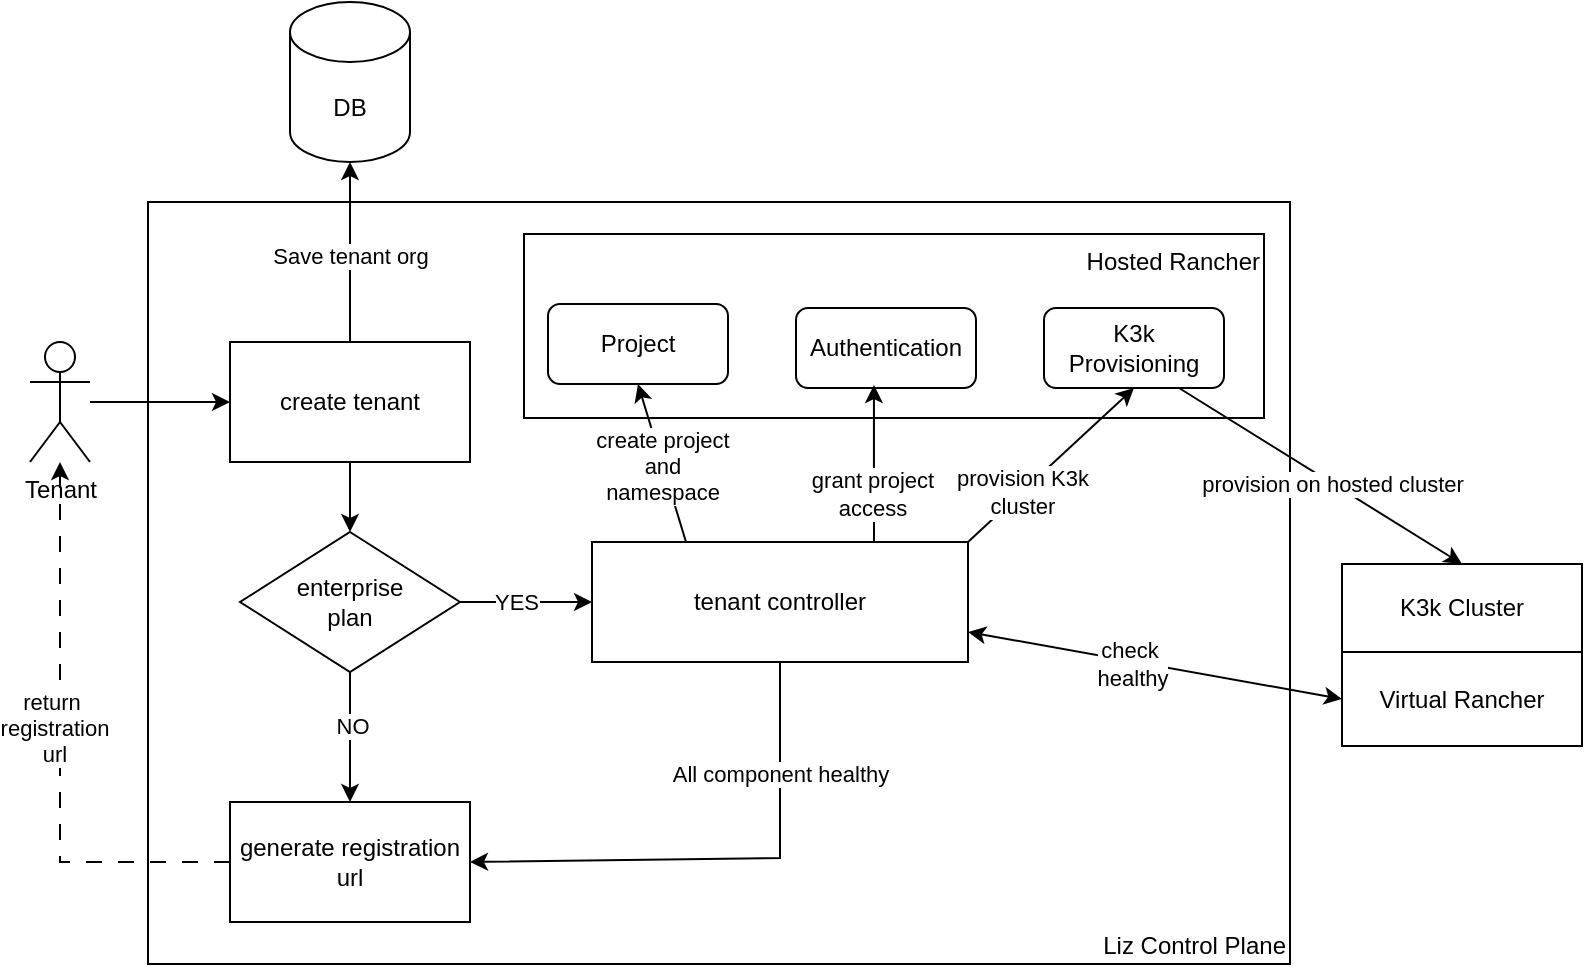
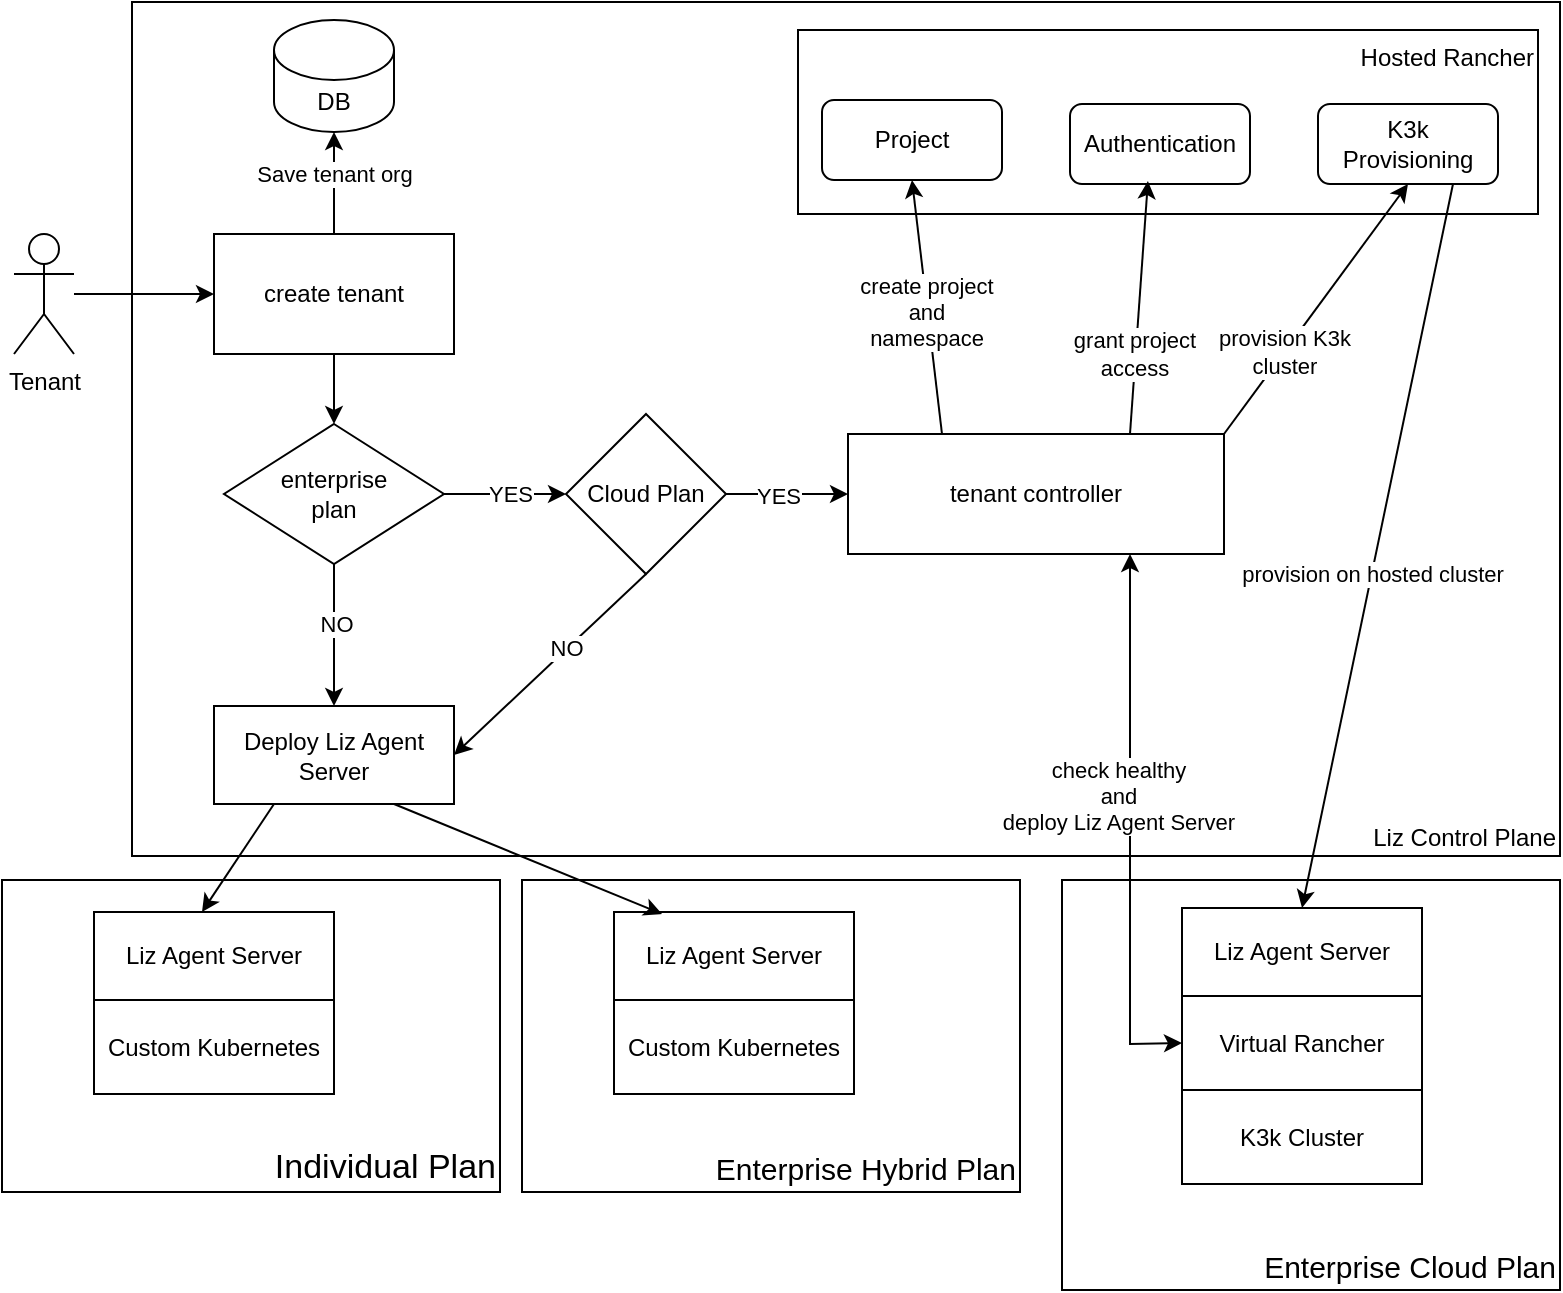
<mxfile host="app.diagrams.net">
  <diagram name="第 1 页" id="L-sD2WPmEqHrs-nHEADV">
    <mxGraphModel dx="1222" dy="745" grid="0" gridSize="10" guides="1" tooltips="1" connect="1" arrows="1" fold="1" page="1" pageScale="1" pageWidth="827" pageHeight="1169" math="0" shadow="0">
      <root>
        <mxCell id="0" />
        <mxCell id="1" parent="0" />
+         <mxCell id="s9PzU-UQ4cBH2LS_8AfC-22" parent="1" style="rounded=0;whiteSpace=wrap;html=1;verticalAlign=bottom;align=right;fontSize=17;" value="Individual Plan" vertex="1">
+           <mxGeometry height="156" width="249" x="23" y="573" as="geometry" />
+         </mxCell>
+         <mxCell id="s9PzU-UQ4cBH2LS_8AfC-20" parent="1" style="rounded=0;whiteSpace=wrap;html=1;verticalAlign=bottom;align=right;fontSize=15;" value="Enterprise Cloud Plan" vertex="1">
+           <mxGeometry height="205" width="249" x="553" y="573" as="geometry" />
+         </mxCell>
        <mxCell id="s9PzU-UQ4cBH2LS_8AfC-17" parent="1" style="rounded=0;whiteSpace=wrap;html=1;verticalAlign=bottom;align=right;" value="Liz Control Plane" vertex="1">
-           <mxGeometry height="381" width="571" x="88" y="180" as="geometry" />
+           <mxGeometry height="427" width="714" x="88" y="134" as="geometry" />
        </mxCell>
        <mxCell id="RmhtLynf-h64byK3Bh4Q-11" edge="1" parent="1" source="RmhtLynf-h64byK3Bh4Q-1" style="edgeStyle=orthogonalEdgeStyle;rounded=0;orthogonalLoop=1;jettySize=auto;html=1;" target="RmhtLynf-h64byK3Bh4Q-5" value="">
          <mxGeometry relative="1" as="geometry" />
        </mxCell>
        <mxCell id="RmhtLynf-h64byK3Bh4Q-1" parent="1" style="shape=umlActor;verticalLabelPosition=bottom;verticalAlign=top;html=1;outlineConnect=0;" value="Tenant" vertex="1">
          <mxGeometry height="60" width="30" x="29" y="250" as="geometry" />
        </mxCell>
        <mxCell id="RmhtLynf-h64byK3Bh4Q-21" edge="1" parent="1" source="RmhtLynf-h64byK3Bh4Q-5" style="edgeStyle=orthogonalEdgeStyle;rounded=0;orthogonalLoop=1;jettySize=auto;html=1;" target="RmhtLynf-h64byK3Bh4Q-20" value="">
          <mxGeometry relative="1" as="geometry" />
        </mxCell>
        <mxCell id="RmhtLynf-h64byK3Bh4Q-5" parent="1" style="rounded=0;whiteSpace=wrap;html=1;" value="create tenant" vertex="1">
          <mxGeometry height="60" width="120" x="129" y="250" as="geometry" />
        </mxCell>
        <mxCell id="RmhtLynf-h64byK3Bh4Q-6" parent="1" style="shape=cylinder3;whiteSpace=wrap;html=1;boundedLbl=1;backgroundOutline=1;size=15;" value="DB" vertex="1">
-           <mxGeometry height="80" width="60" x="159" y="80" as="geometry" />
+           <mxGeometry height="56" width="60" x="159" y="143" as="geometry" />
        </mxCell>
        <mxCell id="RmhtLynf-h64byK3Bh4Q-7" parent="1" style="rounded=0;whiteSpace=wrap;html=1;verticalAlign=top;align=right;" value="Hosted Rancher" vertex="1">
-           <mxGeometry height="92" width="370" x="276" y="196" as="geometry" />
+           <mxGeometry height="92" width="370" x="421" y="148" as="geometry" />
        </mxCell>
        <mxCell id="RmhtLynf-h64byK3Bh4Q-8" parent="1" style="rounded=1;whiteSpace=wrap;html=1;" value="Project" vertex="1">
-           <mxGeometry height="40" width="90" x="288" y="231" as="geometry" />
+           <mxGeometry height="40" width="90" x="433" y="183" as="geometry" />
        </mxCell>
        <mxCell id="RmhtLynf-h64byK3Bh4Q-9" parent="1" style="rounded=1;whiteSpace=wrap;html=1;" value="Authentication" vertex="1">
-           <mxGeometry height="40" width="90" x="412" y="233" as="geometry" />
+           <mxGeometry height="40" width="90" x="557" y="185" as="geometry" />
        </mxCell>
        <mxCell id="RmhtLynf-h64byK3Bh4Q-10" parent="1" style="rounded=1;whiteSpace=wrap;html=1;" value="K3k Provisioning" vertex="1">
-           <mxGeometry height="40" width="90" x="536" y="233" as="geometry" />
+           <mxGeometry height="40" width="90" x="681" y="185" as="geometry" />
        </mxCell>
-         <mxCell id="RmhtLynf-h64byK3Bh4Q-12" edge="1" parent="1" source="RmhtLynf-h64byK3Bh4Q-5" style="endArrow=classic;html=1;rounded=0;exitX=0.5;exitY=0;exitDx=0;exitDy=0;entryX=0.5;entryY=1;entryDx=0;entryDy=0;entryPerimeter=0;" value="">
+         <mxCell id="RmhtLynf-h64byK3Bh4Q-12" edge="1" parent="1" source="RmhtLynf-h64byK3Bh4Q-5" style="endArrow=classic;html=1;rounded=0;exitX=0.5;exitY=0;exitDx=0;exitDy=0;entryX=0.5;entryY=1;entryDx=0;entryDy=0;entryPerimeter=0;" target="RmhtLynf-h64byK3Bh4Q-6" value="">
          <mxGeometry height="50" relative="1" width="50" as="geometry">
            <mxPoint x="229" y="230" as="sourcePoint" />
            <mxPoint x="189" y="160" as="targetPoint" />
          </mxGeometry>
        </mxCell>
        <mxCell id="RmhtLynf-h64byK3Bh4Q-13" connectable="0" parent="RmhtLynf-h64byK3Bh4Q-12" style="edgeLabel;html=1;align=center;verticalAlign=middle;resizable=0;points=[];" value="Save tenant org" vertex="1">
          <mxGeometry relative="1" x="-0.3448" as="geometry">
            <mxPoint y="-14" as="offset" />
          </mxGeometry>
        </mxCell>
        <mxCell id="RmhtLynf-h64byK3Bh4Q-28" edge="1" parent="1" source="RmhtLynf-h64byK3Bh4Q-20" style="edgeStyle=orthogonalEdgeStyle;rounded=0;orthogonalLoop=1;jettySize=auto;html=1;" target="RmhtLynf-h64byK3Bh4Q-27" value="">
          <mxGeometry relative="1" as="geometry" />
        </mxCell>
        <mxCell id="RmhtLynf-h64byK3Bh4Q-29" connectable="0" parent="RmhtLynf-h64byK3Bh4Q-28" style="edgeLabel;html=1;align=center;verticalAlign=middle;resizable=0;points=[];" value="NO" vertex="1">
          <mxGeometry relative="1" x="-0.1692" y="1" as="geometry">
            <mxPoint as="offset" />
          </mxGeometry>
        </mxCell>
-         <mxCell id="s9PzU-UQ4cBH2LS_8AfC-2" edge="1" parent="1" source="RmhtLynf-h64byK3Bh4Q-20" style="edgeStyle=orthogonalEdgeStyle;rounded=0;orthogonalLoop=1;jettySize=auto;html=1;" target="s9PzU-UQ4cBH2LS_8AfC-1" value="">
+         <mxCell id="s9PzU-UQ4cBH2LS_8AfC-27" edge="1" parent="1" source="RmhtLynf-h64byK3Bh4Q-20" style="edgeStyle=orthogonalEdgeStyle;rounded=0;orthogonalLoop=1;jettySize=auto;html=1;" target="s9PzU-UQ4cBH2LS_8AfC-26" value="">
          <mxGeometry relative="1" as="geometry" />
        </mxCell>
-         <mxCell id="s9PzU-UQ4cBH2LS_8AfC-3" connectable="0" parent="s9PzU-UQ4cBH2LS_8AfC-2" style="edgeLabel;html=1;align=center;verticalAlign=middle;resizable=0;points=[];" value="YES" vertex="1">
-           <mxGeometry relative="1" x="-0.2632" as="geometry">
-             <mxPoint x="3" as="offset" />
+         <mxCell id="s9PzU-UQ4cBH2LS_8AfC-28" connectable="0" parent="s9PzU-UQ4cBH2LS_8AfC-27" style="edgeLabel;html=1;align=center;verticalAlign=middle;resizable=0;points=[];" value="YES" vertex="1">
+           <mxGeometry relative="1" x="0.082" y="1" as="geometry">
+             <mxPoint y="1" as="offset" />
          </mxGeometry>
        </mxCell>
        <mxCell id="RmhtLynf-h64byK3Bh4Q-20" parent="1" style="rhombus;whiteSpace=wrap;html=1;" value="enterprise&lt;div&gt;plan&lt;/div&gt;" vertex="1">
          <mxGeometry height="70" width="110" x="134" y="345" as="geometry" />
        </mxCell>
        <mxCell id="RmhtLynf-h64byK3Bh4Q-24" parent="1" style="rounded=0;whiteSpace=wrap;html=1;verticalAlign=middle;align=center;" value="Virtual Rancher" vertex="1">
-           <mxGeometry height="47" width="120" x="685" y="405" as="geometry" />
+           <mxGeometry height="47" width="120" x="613" y="631" as="geometry" />
        </mxCell>
-         <mxCell id="RmhtLynf-h64byK3Bh4Q-27" parent="1" style="rounded=0;whiteSpace=wrap;html=1;" value="generate registration url" vertex="1">
-           <mxGeometry height="60" width="120" x="129" y="480" as="geometry" />
-         </mxCell>
-         <mxCell id="RmhtLynf-h64byK3Bh4Q-31" edge="1" parent="1" source="RmhtLynf-h64byK3Bh4Q-27" style="endArrow=classic;html=1;rounded=0;exitX=0;exitY=0.5;exitDx=0;exitDy=0;dashed=1;dashPattern=8 8;" target="RmhtLynf-h64byK3Bh4Q-1" value="">
-           <mxGeometry height="50" relative="1" width="50" as="geometry">
-             <Array as="points">
-               <mxPoint x="44" y="510" />
-             </Array>
-             <mxPoint x="9" y="530" as="sourcePoint" />
-             <mxPoint x="59" y="480" as="targetPoint" />
-           </mxGeometry>
-         </mxCell>
-         <mxCell id="RmhtLynf-h64byK3Bh4Q-32" connectable="0" parent="RmhtLynf-h64byK3Bh4Q-31" style="edgeLabel;html=1;align=center;verticalAlign=middle;resizable=0;points=[];" value="return&amp;nbsp;&lt;div&gt;registration&lt;/div&gt;&lt;div&gt;url&lt;/div&gt;" vertex="1">
-           <mxGeometry relative="1" x="0.0667" y="3" as="geometry">
-             <mxPoint as="offset" />
-           </mxGeometry>
+         <mxCell id="RmhtLynf-h64byK3Bh4Q-27" parent="1" style="rounded=0;whiteSpace=wrap;html=1;" value="Deploy Liz Agent Server" vertex="1">
+           <mxGeometry height="49" width="120" x="129" y="486" as="geometry" />
        </mxCell>
        <mxCell id="s9PzU-UQ4cBH2LS_8AfC-1" parent="1" style="rounded=0;whiteSpace=wrap;html=1;" value="tenant controller" vertex="1">
-           <mxGeometry height="60" width="188" x="310" y="350" as="geometry" />
+           <mxGeometry height="60" width="188" x="446" y="350" as="geometry" />
        </mxCell>
        <mxCell id="s9PzU-UQ4cBH2LS_8AfC-4" edge="1" parent="1" source="s9PzU-UQ4cBH2LS_8AfC-1" style="endArrow=classic;html=1;rounded=0;exitX=0.25;exitY=0;exitDx=0;exitDy=0;entryX=0.5;entryY=1;entryDx=0;entryDy=0;" target="RmhtLynf-h64byK3Bh4Q-8" value="">
          <mxGeometry height="50" relative="1" width="50" as="geometry">
            <mxPoint x="343" y="334" as="sourcePoint" />
            <mxPoint x="393" y="284" as="targetPoint" />
          </mxGeometry>
        </mxCell>
        <mxCell id="s9PzU-UQ4cBH2LS_8AfC-5" connectable="0" parent="s9PzU-UQ4cBH2LS_8AfC-4" style="edgeLabel;html=1;align=center;verticalAlign=middle;resizable=0;points=[];" value="create project&lt;div&gt;and&lt;/div&gt;&lt;div&gt;namespace&lt;/div&gt;" vertex="1">
          <mxGeometry relative="1" x="-0.0292" y="1" as="geometry">
            <mxPoint as="offset" />
          </mxGeometry>
        </mxCell>
        <mxCell id="s9PzU-UQ4cBH2LS_8AfC-6" edge="1" parent="1" source="s9PzU-UQ4cBH2LS_8AfC-1" style="endArrow=classic;html=1;rounded=0;exitX=0.75;exitY=0;exitDx=0;exitDy=0;entryX=0.433;entryY=0.963;entryDx=0;entryDy=0;entryPerimeter=0;" target="RmhtLynf-h64byK3Bh4Q-9" value="">
          <mxGeometry height="50" relative="1" width="50" as="geometry">
            <mxPoint x="444" y="339" as="sourcePoint" />
            <mxPoint x="494" y="289" as="targetPoint" />
          </mxGeometry>
        </mxCell>
        <mxCell id="s9PzU-UQ4cBH2LS_8AfC-7" connectable="0" parent="s9PzU-UQ4cBH2LS_8AfC-6" style="edgeLabel;html=1;align=center;verticalAlign=middle;resizable=0;points=[];" value="grant project&lt;div&gt;access&lt;/div&gt;" vertex="1">
          <mxGeometry relative="1" x="-0.3697" y="1" as="geometry">
            <mxPoint as="offset" />
          </mxGeometry>
        </mxCell>
        <mxCell id="s9PzU-UQ4cBH2LS_8AfC-8" edge="1" parent="1" source="s9PzU-UQ4cBH2LS_8AfC-1" style="endArrow=classic;html=1;rounded=0;exitX=1;exitY=0;exitDx=0;exitDy=0;entryX=0.5;entryY=1;entryDx=0;entryDy=0;" target="RmhtLynf-h64byK3Bh4Q-10" value="">
          <mxGeometry height="50" relative="1" width="50" as="geometry">
            <mxPoint x="524" y="364" as="sourcePoint" />
            <mxPoint x="574" y="314" as="targetPoint" />
          </mxGeometry>
        </mxCell>
        <mxCell id="s9PzU-UQ4cBH2LS_8AfC-9" connectable="0" parent="s9PzU-UQ4cBH2LS_8AfC-8" style="edgeLabel;html=1;align=center;verticalAlign=middle;resizable=0;points=[];" value="provision K3k&lt;div&gt;cluster&lt;/div&gt;" vertex="1">
          <mxGeometry relative="1" x="-0.3336" y="1" as="geometry">
            <mxPoint y="1" as="offset" />
          </mxGeometry>
        </mxCell>
-         <mxCell id="s9PzU-UQ4cBH2LS_8AfC-10" parent="1" style="rounded=0;whiteSpace=wrap;html=1;" value="K3k Cluster" vertex="1">
-           <mxGeometry height="44" width="120" x="685" y="361" as="geometry" />
+         <mxCell id="s9PzU-UQ4cBH2LS_8AfC-10" parent="1" style="rounded=0;whiteSpace=wrap;html=1;" value="Liz Agent Server" vertex="1">
+           <mxGeometry height="44" width="120" x="613" y="587" as="geometry" />
        </mxCell>
        <mxCell id="s9PzU-UQ4cBH2LS_8AfC-11" edge="1" parent="1" source="RmhtLynf-h64byK3Bh4Q-10" style="endArrow=classic;html=1;rounded=0;exitX=0.75;exitY=1;exitDx=0;exitDy=0;entryX=0.5;entryY=0;entryDx=0;entryDy=0;" target="s9PzU-UQ4cBH2LS_8AfC-10" value="">
          <mxGeometry height="50" relative="1" width="50" as="geometry">
            <mxPoint x="748" y="334" as="sourcePoint" />
            <mxPoint x="798" y="284" as="targetPoint" />
          </mxGeometry>
        </mxCell>
        <mxCell id="s9PzU-UQ4cBH2LS_8AfC-12" connectable="0" parent="s9PzU-UQ4cBH2LS_8AfC-11" style="edgeLabel;html=1;align=center;verticalAlign=middle;resizable=0;points=[];" value="provision on hosted cluster" vertex="1">
          <mxGeometry relative="1" x="0.0723" as="geometry">
            <mxPoint as="offset" />
          </mxGeometry>
        </mxCell>
-         <mxCell id="s9PzU-UQ4cBH2LS_8AfC-13" edge="1" parent="1" source="s9PzU-UQ4cBH2LS_8AfC-1" style="endArrow=classic;startArrow=classic;html=1;rounded=0;exitX=1;exitY=0.75;exitDx=0;exitDy=0;entryX=0;entryY=0.5;entryDx=0;entryDy=0;" target="RmhtLynf-h64byK3Bh4Q-24" value="">
+         <mxCell id="s9PzU-UQ4cBH2LS_8AfC-13" edge="1" parent="1" source="s9PzU-UQ4cBH2LS_8AfC-1" style="endArrow=classic;startArrow=classic;html=1;rounded=0;exitX=0.75;exitY=1;exitDx=0;exitDy=0;entryX=0;entryY=0.5;entryDx=0;entryDy=0;" target="RmhtLynf-h64byK3Bh4Q-24" value="">
          <mxGeometry height="50" relative="1" width="50" as="geometry">
+             <Array as="points">
+               <mxPoint x="587" y="655" />
+             </Array>
            <mxPoint x="539" y="484" as="sourcePoint" />
            <mxPoint x="666" y="420.5" as="targetPoint" />
          </mxGeometry>
        </mxCell>
-         <mxCell id="s9PzU-UQ4cBH2LS_8AfC-14" connectable="0" parent="s9PzU-UQ4cBH2LS_8AfC-13" style="edgeLabel;html=1;align=center;verticalAlign=middle;resizable=0;points=[];" value="check&amp;nbsp;&lt;div&gt;healthy&lt;/div&gt;" vertex="1">
+         <mxCell id="s9PzU-UQ4cBH2LS_8AfC-14" connectable="0" parent="s9PzU-UQ4cBH2LS_8AfC-13" style="edgeLabel;html=1;align=center;verticalAlign=middle;resizable=0;points=[];" value="check&amp;nbsp;&lt;span style=&quot;background-color: light-dark(#ffffff, var(--ge-dark-color, #121212)); color: light-dark(rgb(0, 0, 0), rgb(255, 255, 255));&quot;&gt;healthy&lt;/span&gt;&lt;div&gt;&lt;span style=&quot;background-color: light-dark(#ffffff, var(--ge-dark-color, #121212)); color: light-dark(rgb(0, 0, 0), rgb(255, 255, 255));&quot;&gt;and&lt;/span&gt;&lt;/div&gt;&lt;div&gt;&lt;span style=&quot;background-color: light-dark(#ffffff, var(--ge-dark-color, #121212)); color: light-dark(rgb(0, 0, 0), rgb(255, 255, 255));&quot;&gt;deploy Liz Agent Server&lt;/span&gt;&lt;/div&gt;" vertex="1">
          <mxGeometry relative="1" x="-0.3333" as="geometry">
-             <mxPoint x="19" y="5" as="offset" />
+             <mxPoint x="-6" y="30" as="offset" />
          </mxGeometry>
        </mxCell>
-         <mxCell id="s9PzU-UQ4cBH2LS_8AfC-15" edge="1" parent="1" source="s9PzU-UQ4cBH2LS_8AfC-1" style="endArrow=classic;html=1;rounded=0;exitX=0.5;exitY=1;exitDx=0;exitDy=0;entryX=1;entryY=0.5;entryDx=0;entryDy=0;" target="RmhtLynf-h64byK3Bh4Q-27" value="">
-           <mxGeometry height="50" relative="1" width="50" as="geometry">
-             <Array as="points">
-               <mxPoint x="404" y="508" />
-             </Array>
-             <mxPoint x="382" y="546" as="sourcePoint" />
-             <mxPoint x="432" y="496" as="targetPoint" />
+         <mxCell id="s9PzU-UQ4cBH2LS_8AfC-18" parent="1" style="rounded=0;whiteSpace=wrap;html=1;verticalAlign=middle;align=center;" value="K3k Cluster" vertex="1">
+           <mxGeometry height="47" width="120" x="613" y="678" as="geometry" />
+         </mxCell>
+         <mxCell id="s9PzU-UQ4cBH2LS_8AfC-19" parent="1" style="rounded=0;whiteSpace=wrap;html=1;" value="Liz Agent Server" vertex="1">
+           <mxGeometry height="44" width="120" x="69" y="589" as="geometry" />
+         </mxCell>
+         <mxCell id="s9PzU-UQ4cBH2LS_8AfC-21" parent="1" style="rounded=0;whiteSpace=wrap;html=1;verticalAlign=middle;align=center;" value="Custom Kubernetes" vertex="1">
+           <mxGeometry height="47" width="120" x="69" y="633" as="geometry" />
+         </mxCell>
+         <mxCell id="s9PzU-UQ4cBH2LS_8AfC-23" parent="1" style="rounded=0;whiteSpace=wrap;html=1;verticalAlign=bottom;align=right;fontSize=15;" value="Enterprise Hybrid Plan" vertex="1">
+           <mxGeometry height="156" width="249" x="283" y="573" as="geometry" />
+         </mxCell>
+         <mxCell id="s9PzU-UQ4cBH2LS_8AfC-24" parent="1" style="rounded=0;whiteSpace=wrap;html=1;" value="Liz Agent Server" vertex="1">
+           <mxGeometry height="44" width="120" x="329" y="589" as="geometry" />
+         </mxCell>
+         <mxCell id="s9PzU-UQ4cBH2LS_8AfC-25" parent="1" style="rounded=0;whiteSpace=wrap;html=1;verticalAlign=middle;align=center;" value="Custom Kubernetes" vertex="1">
+           <mxGeometry height="47" width="120" x="329" y="633" as="geometry" />
+         </mxCell>
+         <mxCell id="s9PzU-UQ4cBH2LS_8AfC-29" edge="1" parent="1" source="s9PzU-UQ4cBH2LS_8AfC-26" style="edgeStyle=orthogonalEdgeStyle;rounded=0;orthogonalLoop=1;jettySize=auto;html=1;" target="s9PzU-UQ4cBH2LS_8AfC-1" value="">
+           <mxGeometry relative="1" as="geometry" />
+         </mxCell>
+         <mxCell id="s9PzU-UQ4cBH2LS_8AfC-31" connectable="0" parent="s9PzU-UQ4cBH2LS_8AfC-29" style="edgeLabel;html=1;align=center;verticalAlign=middle;resizable=0;points=[];" value="YES" vertex="1">
+           <mxGeometry relative="1" x="-0.1475" as="geometry">
+             <mxPoint y="1" as="offset" />
          </mxGeometry>
        </mxCell>
-         <mxCell id="s9PzU-UQ4cBH2LS_8AfC-16" connectable="0" parent="s9PzU-UQ4cBH2LS_8AfC-15" style="edgeLabel;html=1;align=center;verticalAlign=middle;resizable=0;points=[];" value="All component healthy" vertex="1">
-           <mxGeometry relative="1" x="-0.5692" as="geometry">
-             <mxPoint y="1" as="offset" />
+         <mxCell id="s9PzU-UQ4cBH2LS_8AfC-26" parent="1" style="rhombus;whiteSpace=wrap;html=1;" value="Cloud Plan" vertex="1">
+           <mxGeometry height="80" width="80" x="305" y="340" as="geometry" />
+         </mxCell>
+         <mxCell id="s9PzU-UQ4cBH2LS_8AfC-30" edge="1" parent="1" source="s9PzU-UQ4cBH2LS_8AfC-26" style="endArrow=classic;html=1;rounded=0;exitX=0.5;exitY=1;exitDx=0;exitDy=0;entryX=1;entryY=0.5;entryDx=0;entryDy=0;" target="RmhtLynf-h64byK3Bh4Q-27" value="">
+           <mxGeometry height="50" relative="1" width="50" as="geometry">
+             <mxPoint x="378" y="505" as="sourcePoint" />
+             <mxPoint x="428" y="455" as="targetPoint" />
+           </mxGeometry>
+         </mxCell>
+         <mxCell id="s9PzU-UQ4cBH2LS_8AfC-32" connectable="0" parent="s9PzU-UQ4cBH2LS_8AfC-30" style="edgeLabel;html=1;align=center;verticalAlign=middle;resizable=0;points=[];" value="NO" vertex="1">
+           <mxGeometry relative="1" x="-0.1807" y="-1" as="geometry">
+             <mxPoint as="offset" />
+           </mxGeometry>
+         </mxCell>
+         <mxCell id="s9PzU-UQ4cBH2LS_8AfC-33" edge="1" parent="1" source="RmhtLynf-h64byK3Bh4Q-27" style="endArrow=classic;html=1;rounded=0;exitX=0.75;exitY=1;exitDx=0;exitDy=0;entryX=0.2;entryY=0.023;entryDx=0;entryDy=0;entryPerimeter=0;" target="s9PzU-UQ4cBH2LS_8AfC-24" value="">
+           <mxGeometry height="50" relative="1" width="50" as="geometry">
+             <mxPoint x="284" y="557" as="sourcePoint" />
+             <mxPoint x="334" y="507" as="targetPoint" />
+           </mxGeometry>
+         </mxCell>
+         <mxCell id="s9PzU-UQ4cBH2LS_8AfC-34" edge="1" parent="1" source="RmhtLynf-h64byK3Bh4Q-27" style="endArrow=classic;html=1;rounded=0;exitX=0.25;exitY=1;exitDx=0;exitDy=0;entryX=0.45;entryY=0;entryDx=0;entryDy=0;entryPerimeter=0;" target="s9PzU-UQ4cBH2LS_8AfC-19" value="">
+           <mxGeometry height="50" relative="1" width="50" as="geometry">
+             <mxPoint x="319" y="530" as="sourcePoint" />
+             <mxPoint x="369" y="480" as="targetPoint" />
          </mxGeometry>
        </mxCell>
      </root>
    </mxGraphModel>
  </diagram>
</mxfile>
